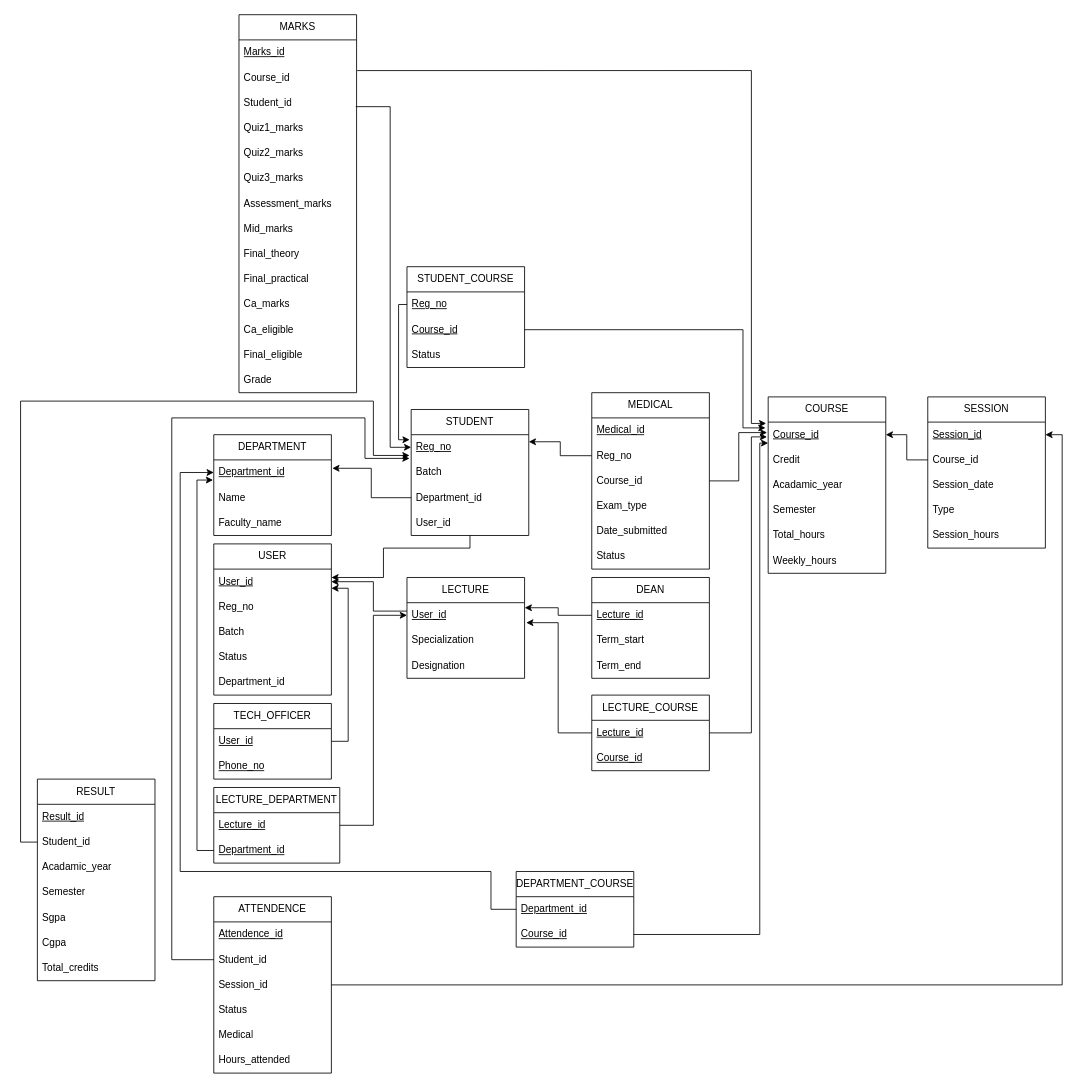
Earlier version of the draw.io diagram document/RELATIONAL SCHEMA.drawio (nuwangi2003/database_project). Source tidied: cells renumbered, new cells numbered last; positions are measured from the earlier drawing's top-left corner, leaving out a move shared by most shapes. Both pictures are drawn from the tidied source at 84%, with x=0, y=0 at pixel (20, 14).
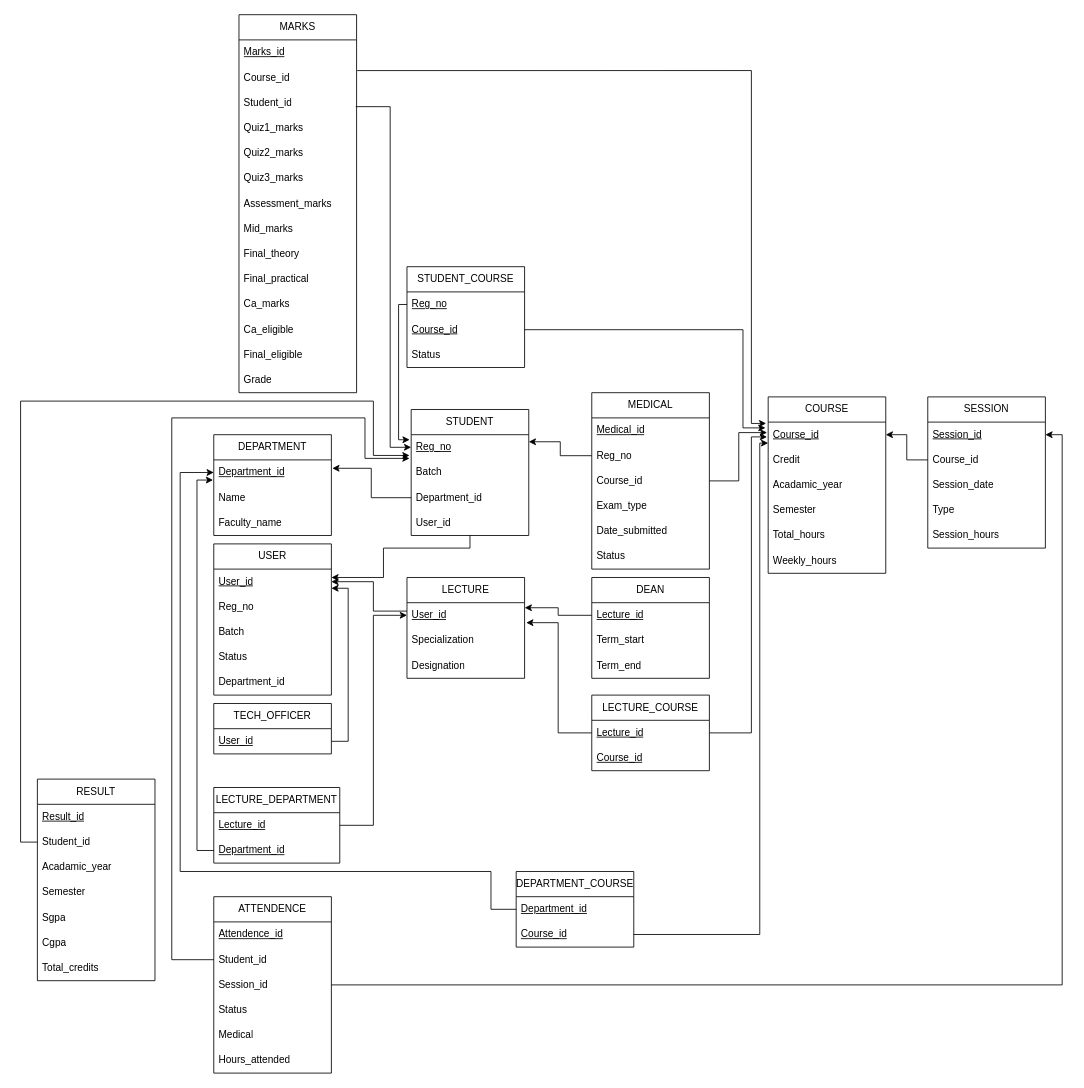
Above is the later version.

Change to the diagram source:
```diff
@@
     <mxCell id="28" value="TECH_OFFICER" style="swimlane;fontStyle=0;horizontal=1;startSize=30;whiteSpace=wrap;html=1;" parent="1" vertex="1">
-      <mxGeometry x="230" y="820" width="140" height="90" as="geometry" />
+      <mxGeometry x="230" y="820" width="140" height="60" as="geometry" />
     </mxCell>
@@
-    <mxCell id="30" value="&lt;u&gt;Phone_no&lt;/u&gt;" style="text;strokeColor=none;fillColor=none;align=left;verticalAlign=middle;spacingLeft=4;spacingRight=4;overflow=hidden;whiteSpace=wrap;html=1;" parent="28" vertex="1">
-      <mxGeometry y="60" width="140" height="30" as="geometry" />
-    </mxCell>
```
